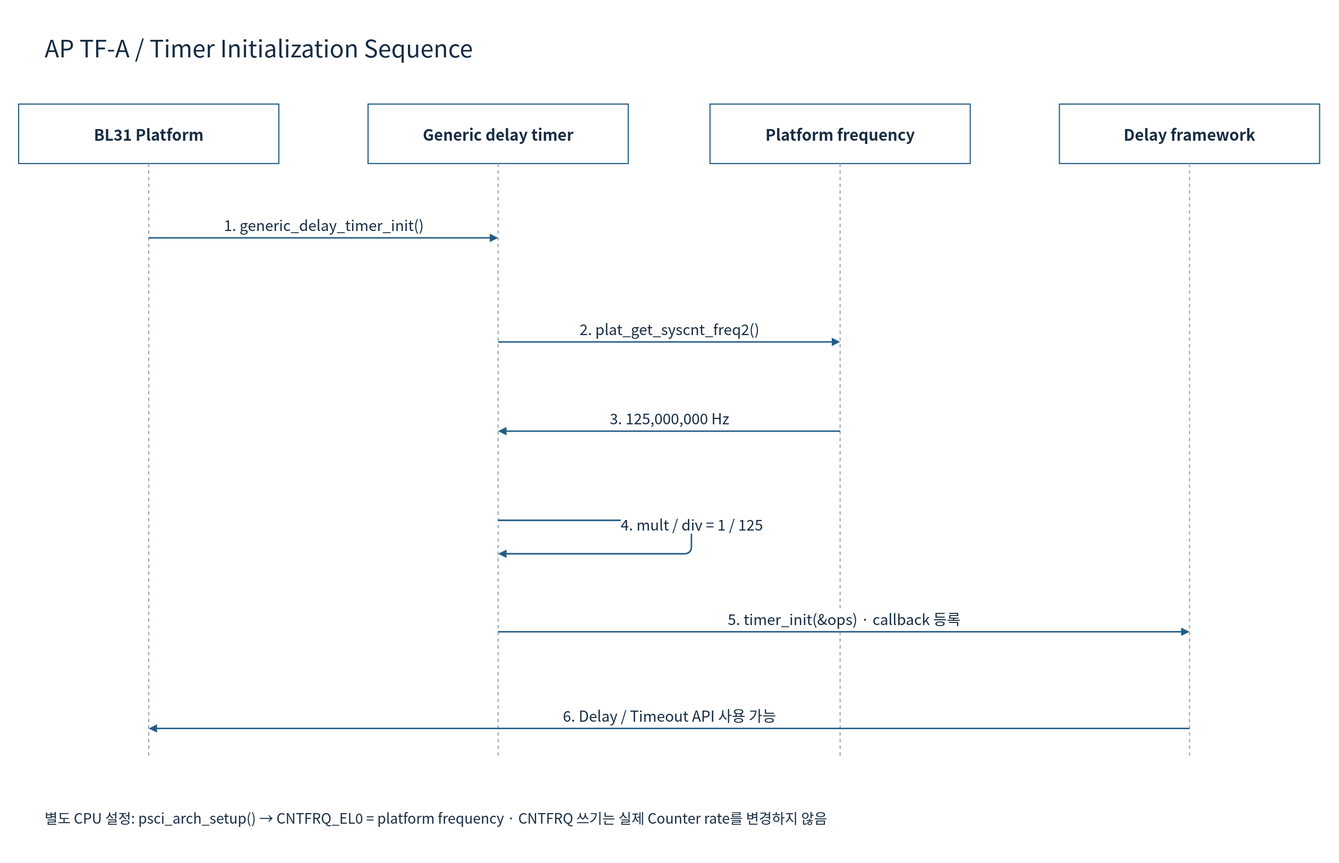
cometzero/project-apollo keeps this draw.io diagram as doc/phase1/timer/diagrams/08c-tfa-init.drawio.svg. Above is the earlier version. Source tidied: cells renumbered, new cells last; positions are measured from the earlier drawing's top-left corner, leaving out a move shared by most shapes.
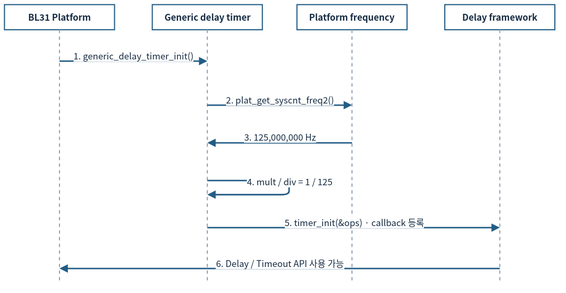
Above is the later version.

Change to the diagram source:
```diff
@@ -2,96 +2,87 @@
   <root>
     <mxCell id="0" />
     <mxCell id="1" parent="0" />
-    <mxCell id="2" style="rounded=0;whiteSpace=wrap;html=1;fillColor=#FFFFFF;strokeColor=none;strokeWidth=1.5;fontColor=#172C43;fontFamily=Noto Sans CJK KR;fontSize=22;spacing=10;" parent="1" vertex="1">
-      <mxGeometry width="1800" height="1160" as="geometry" />
-    </mxCell>
-    <mxCell id="3" value="AP TF-A / Timer Initialization Sequence" style="rounded=0;whiteSpace=wrap;html=1;fillColor=#FFFFFF;strokeColor=none;strokeWidth=1.5;fontColor=#172C43;fontFamily=Noto Sans CJK KR;fontSize=22;spacing=10;fontSize=32;align=left;" parent="1" vertex="1">
-      <mxGeometry x="50" y="30" width="1700" height="65" as="geometry" />
-    </mxCell>
-    <mxCell id="4" value="BL31 Platform" style="rounded=0;whiteSpace=wrap;html=1;fillColor=#FFFFFF;strokeColor=#235D86;strokeWidth=1.5;fontColor=#172C43;fontFamily=Noto Sans CJK KR;fontSize=22;spacing=10;fontStyle=1;fontSize=21;" parent="1" vertex="1">
-      <mxGeometry x="25" y="140" width="350" height="80" as="geometry" />
+    <mxCell id="4" value="BL31 Platform" style="rounded=0;whiteSpace=wrap;html=1;fillColor=#FFFFFF;strokeColor=#235D86;strokeWidth=1.5;fontColor=#172C43;fontFamily=Noto Sans CJK KR;fontStyle=1;fontSize=12;spacing=3;whiteSpace=wrap;" parent="1" vertex="1">
+      <mxGeometry x="12" y="12" width="148" height="33.8" as="geometry" />
     </mxCell>
-    <mxCell id="5" style="endArrow=none;dashed=1;strokeColor=#94A3B8;strokeWidth=1.5;" parent="1" edge="1">
+    <mxCell id="5" style="endArrow=none;dashed=1;strokeColor=#94A3B8;strokeWidth=1.5;fontSize=12;spacing=3;whiteSpace=nowrap;" parent="1" edge="1">
       <mxGeometry relative="1" as="geometry">
-        <mxPoint x="200" y="220" as="sourcePoint" />
-        <mxPoint x="200" y="1020" as="targetPoint" />
+        <mxPoint x="86" y="45.8" as="sourcePoint" />
+        <mxPoint x="86" y="384.1" as="targetPoint" />
       </mxGeometry>
     </mxCell>
-    <mxCell id="6" value="Generic delay timer" style="rounded=0;whiteSpace=wrap;html=1;fillColor=#FFFFFF;strokeColor=#235D86;strokeWidth=1.5;fontColor=#172C43;fontFamily=Noto Sans CJK KR;fontSize=22;spacing=10;fontStyle=1;fontSize=21;" parent="1" vertex="1">
-      <mxGeometry x="495" y="140" width="350" height="80" as="geometry" />
+    <mxCell id="6" value="Generic delay timer" style="rounded=0;whiteSpace=wrap;html=1;fillColor=#FFFFFF;strokeColor=#235D86;strokeWidth=1.5;fontColor=#172C43;fontFamily=Noto Sans CJK KR;fontStyle=1;fontSize=12;spacing=3;whiteSpace=wrap;" parent="1" vertex="1">
+      <mxGeometry x="210.7" y="12" width="148" height="33.8" as="geometry" />
     </mxCell>
-    <mxCell id="7" style="endArrow=none;dashed=1;strokeColor=#94A3B8;strokeWidth=1.5;" parent="1" edge="1">
+    <mxCell id="7" style="endArrow=none;dashed=1;strokeColor=#94A3B8;strokeWidth=1.5;fontSize=12;spacing=3;whiteSpace=nowrap;" parent="1" edge="1">
       <mxGeometry relative="1" as="geometry">
-        <mxPoint x="670" y="220" as="sourcePoint" />
-        <mxPoint x="670" y="1020" as="targetPoint" />
+        <mxPoint x="284.7" y="45.8" as="sourcePoint" />
+        <mxPoint x="284.7" y="384.1" as="targetPoint" />
       </mxGeometry>
     </mxCell>
-    <mxCell id="8" value="Platform frequency" style="rounded=0;whiteSpace=wrap;html=1;fillColor=#FFFFFF;strokeColor=#235D86;strokeWidth=1.5;fontColor=#172C43;fontFamily=Noto Sans CJK KR;fontSize=22;spacing=10;fontStyle=1;fontSize=21;" parent="1" vertex="1">
-      <mxGeometry x="955" y="140" width="350" height="80" as="geometry" />
+    <mxCell id="8" value="Platform frequency" style="rounded=0;whiteSpace=wrap;html=1;fillColor=#FFFFFF;strokeColor=#235D86;strokeWidth=1.5;fontColor=#172C43;fontFamily=Noto Sans CJK KR;fontStyle=1;fontSize=12;spacing=3;whiteSpace=wrap;" parent="1" vertex="1">
+      <mxGeometry x="405.3" y="12" width="148" height="33.8" as="geometry" />
     </mxCell>
-    <mxCell id="9" style="endArrow=none;dashed=1;strokeColor=#94A3B8;strokeWidth=1.5;" parent="1" edge="1">
+    <mxCell id="9" style="endArrow=none;dashed=1;strokeColor=#94A3B8;strokeWidth=1.5;fontSize=12;spacing=3;whiteSpace=nowrap;" parent="1" edge="1">
       <mxGeometry relative="1" as="geometry">
-        <mxPoint x="1130" y="220" as="sourcePoint" />
-        <mxPoint x="1130" y="1020" as="targetPoint" />
+        <mxPoint x="479.3" y="45.8" as="sourcePoint" />
+        <mxPoint x="479.3" y="384.1" as="targetPoint" />
       </mxGeometry>
     </mxCell>
-    <mxCell id="10" value="Delay framework" style="rounded=0;whiteSpace=wrap;html=1;fillColor=#FFFFFF;strokeColor=#235D86;strokeWidth=1.5;fontColor=#172C43;fontFamily=Noto Sans CJK KR;fontSize=22;spacing=10;fontStyle=1;fontSize=21;" parent="1" vertex="1">
-      <mxGeometry x="1425" y="140" width="350" height="80" as="geometry" />
+    <mxCell id="10" value="Delay framework" style="rounded=0;whiteSpace=wrap;html=1;fillColor=#FFFFFF;strokeColor=#235D86;strokeWidth=1.5;fontColor=#172C43;fontFamily=Noto Sans CJK KR;fontStyle=1;fontSize=12;spacing=3;whiteSpace=wrap;" parent="1" vertex="1">
+      <mxGeometry x="604" y="12" width="148" height="33.8" as="geometry" />
     </mxCell>
-    <mxCell id="11" style="endArrow=none;dashed=1;strokeColor=#94A3B8;strokeWidth=1.5;" parent="1" edge="1">
+    <mxCell id="11" style="endArrow=none;dashed=1;strokeColor=#94A3B8;strokeWidth=1.5;fontSize=12;spacing=3;whiteSpace=nowrap;" parent="1" edge="1">
       <mxGeometry relative="1" as="geometry">
-        <mxPoint x="1600" y="220" as="sourcePoint" />
-        <mxPoint x="1600" y="1020" as="targetPoint" />
+        <mxPoint x="678" y="45.8" as="sourcePoint" />
+        <mxPoint x="678" y="384.1" as="targetPoint" />
       </mxGeometry>
     </mxCell>
-    <mxCell id="12" value="1. generic_delay_timer_init()" style="edgeStyle=none;html=1;endArrow=block;endFill=1;strokeColor=#235D86;strokeWidth=2;fontColor=#172C43;fontFamily=Noto Sans CJK KR;fontSize=20;labelBackgroundColor=#FFFFFF;" parent="1" edge="1">
+    <mxCell id="12" value="1. generic_delay_timer_init()" style="edgeStyle=none;html=1;endArrow=block;endFill=1;strokeColor=#235D86;strokeWidth=2;fontColor=#172C43;fontFamily=Noto Sans CJK KR;labelBackgroundColor=#FFFFFF;fontSize=12;spacing=3;whiteSpace=nowrap;" parent="1" edge="1">
       <mxGeometry relative="1" as="geometry">
-        <mxPoint x="200" y="320" as="sourcePoint" />
-        <mxPoint x="670" y="320" as="targetPoint" />
-        <mxPoint y="-18" as="offset" />
+        <mxPoint x="86" y="88.1" as="sourcePoint" />
+        <mxPoint x="284.7" y="88.1" as="targetPoint" />
+        <mxPoint y="-7.6" as="offset" />
       </mxGeometry>
     </mxCell>
-    <mxCell id="13" value="2. plat_get_syscnt_freq2()" style="edgeStyle=none;html=1;endArrow=block;endFill=1;strokeColor=#235D86;strokeWidth=2;fontColor=#172C43;fontFamily=Noto Sans CJK KR;fontSize=20;labelBackgroundColor=#FFFFFF;" parent="1" edge="1">
+    <mxCell id="13" value="2. plat_get_syscnt_freq2()" style="edgeStyle=none;html=1;endArrow=block;endFill=1;strokeColor=#235D86;strokeWidth=2;fontColor=#172C43;fontFamily=Noto Sans CJK KR;labelBackgroundColor=#FFFFFF;fontSize=12;spacing=3;whiteSpace=nowrap;" parent="1" edge="1">
       <mxGeometry relative="1" as="geometry">
-        <mxPoint x="670" y="460" as="sourcePoint" />
-        <mxPoint x="1130" y="460" as="targetPoint" />
-        <mxPoint y="-18" as="offset" />
+        <mxPoint x="284.7" y="147.3" as="sourcePoint" />
+        <mxPoint x="479.3" y="147.3" as="targetPoint" />
+        <mxPoint y="-7.6" as="offset" />
       </mxGeometry>
     </mxCell>
-    <mxCell id="14" value="3. 125,000,000 Hz" style="edgeStyle=none;html=1;endArrow=block;endFill=1;strokeColor=#235D86;strokeWidth=2;fontColor=#172C43;fontFamily=Noto Sans CJK KR;fontSize=20;labelBackgroundColor=#FFFFFF;" parent="1" edge="1">
+    <mxCell id="14" value="3. 125,000,000 Hz" style="edgeStyle=none;html=1;endArrow=block;endFill=1;strokeColor=#235D86;strokeWidth=2;fontColor=#172C43;fontFamily=Noto Sans CJK KR;labelBackgroundColor=#FFFFFF;fontSize=12;spacing=3;whiteSpace=nowrap;" parent="1" edge="1">
       <mxGeometry relative="1" as="geometry">
-        <mxPoint x="1130" y="580" as="sourcePoint" />
-        <mxPoint x="670" y="580" as="targetPoint" />
-        <mxPoint y="-18" as="offset" />
+        <mxPoint x="479.3" y="198.1" as="sourcePoint" />
+        <mxPoint x="284.7" y="198.1" as="targetPoint" />
+        <mxPoint y="-7.6" as="offset" />
       </mxGeometry>
     </mxCell>
-    <mxCell id="15" value="4. mult / div = 1 / 125" style="edgeStyle=none;html=1;endArrow=block;endFill=1;strokeColor=#235D86;strokeWidth=2;fontColor=#172C43;fontFamily=Noto Sans CJK KR;fontSize=20;labelBackgroundColor=#FFFFFF;" parent="1" edge="1">
+    <mxCell id="15" value="4. mult / div = 1 / 125" style="edgeStyle=none;html=1;endArrow=block;endFill=1;strokeColor=#235D86;strokeWidth=2;fontColor=#172C43;fontFamily=Noto Sans CJK KR;labelBackgroundColor=#FFFFFF;fontSize=12;spacing=3;whiteSpace=nowrap;" parent="1" edge="1">
       <mxGeometry relative="1" as="geometry">
-        <mxPoint x="670" y="700" as="sourcePoint" />
-        <mxPoint x="670" y="745" as="targetPoint" />
+        <mxPoint x="284.7" y="248.8" as="sourcePoint" />
+        <mxPoint x="284.7" y="267.8" as="targetPoint" />
         <Array as="points">
-          <mxPoint x="930" y="700" />
-          <mxPoint x="930" y="745" />
+          <mxPoint x="394.7" y="248.8" />
+          <mxPoint x="394.7" y="267.8" />
         </Array>
-        <mxPoint y="-18" as="offset" />
+        <mxPoint y="-7.6" as="offset" />
       </mxGeometry>
     </mxCell>
-    <mxCell id="16" value="5. timer_init(&amp;ops) · callback 등록" style="edgeStyle=none;html=1;endArrow=block;endFill=1;strokeColor=#235D86;strokeWidth=2;fontColor=#172C43;fontFamily=Noto Sans CJK KR;fontSize=20;labelBackgroundColor=#FFFFFF;" parent="1" edge="1">
+    <mxCell id="16" value="5. timer_init(&amp;amp;ops) · callback 등록" style="edgeStyle=none;html=1;endArrow=block;endFill=1;strokeColor=#235D86;strokeWidth=2;fontColor=#172C43;fontFamily=Noto Sans CJK KR;labelBackgroundColor=#FFFFFF;fontSize=12;spacing=3;whiteSpace=nowrap;" parent="1" edge="1">
       <mxGeometry relative="1" as="geometry">
-        <mxPoint x="670" y="850" as="sourcePoint" />
-        <mxPoint x="1600" y="850" as="targetPoint" />
-        <mxPoint y="-18" as="offset" />
+        <mxPoint x="284.7" y="312.2" as="sourcePoint" />
+        <mxPoint x="678" y="312.2" as="targetPoint" />
+        <mxPoint y="-7.6" as="offset" />
       </mxGeometry>
     </mxCell>
-    <mxCell id="17" value="6. Delay / Timeout API 사용 가능" style="edgeStyle=none;html=1;endArrow=block;endFill=1;strokeColor=#235D86;strokeWidth=2;fontColor=#172C43;fontFamily=Noto Sans CJK KR;fontSize=20;labelBackgroundColor=#FFFFFF;" parent="1" edge="1">
+    <mxCell id="17" value="6. Delay / Timeout API 사용 가능" style="edgeStyle=none;html=1;endArrow=block;endFill=1;strokeColor=#235D86;strokeWidth=2;fontColor=#172C43;fontFamily=Noto Sans CJK KR;labelBackgroundColor=#FFFFFF;fontSize=12;spacing=3;whiteSpace=nowrap;" parent="1" edge="1">
       <mxGeometry relative="1" as="geometry">
-        <mxPoint x="1600" y="980" as="sourcePoint" />
-        <mxPoint x="200" y="980" as="targetPoint" />
-        <mxPoint y="-18" as="offset" />
+        <mxPoint x="678" y="367.2" as="sourcePoint" />
+        <mxPoint x="86" y="367.2" as="targetPoint" />
+        <mxPoint y="-7.6" as="offset" />
       </mxGeometry>
     </mxCell>
-    <mxCell id="18" value="별도 CPU 설정: psci_arch_setup() → CNTFRQ_EL0 = platform frequency · CNTFRQ 쓰기는 실제 Counter rate를 변경하지 않음" style="rounded=0;whiteSpace=wrap;html=1;fillColor=#FFFFFF;strokeColor=none;strokeWidth=1.5;fontColor=#172C43;fontFamily=Noto Sans CJK KR;fontSize=22;spacing=10;fontSize=19;align=left;" parent="1" vertex="1">
-      <mxGeometry x="50" y="1070" width="1700" height="60" as="geometry" />
-    </mxCell>
   </root>
 </mxGraphModel>
```
